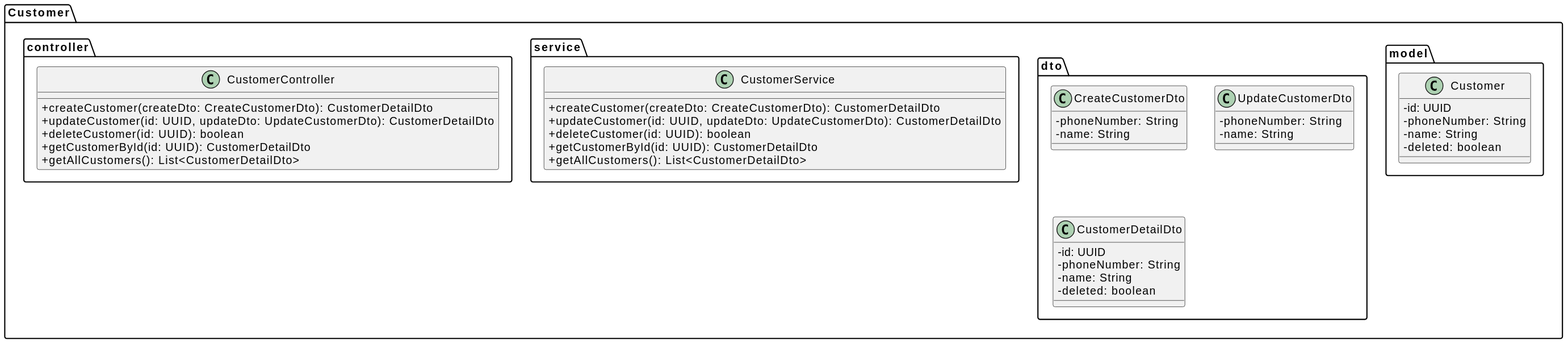
This is docs/diagram-img/class-customer.svg from tondracek/inqool-tennis, a PlantUML export, as it was before one commit.
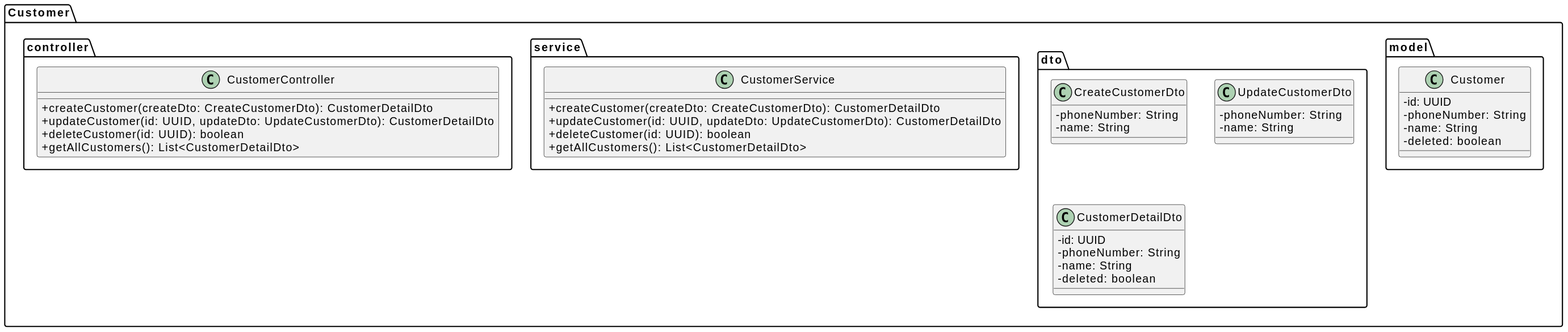
Later version of the same file.

What changed in the source:
```diff
@@ -35,7 +35,6 @@
 			+ createCustomer(createDto: CreateCustomerDto): CustomerDetailDto
 			+ updateCustomer(id: UUID, updateDto: UpdateCustomerDto): CustomerDetailDto
 			+ deleteCustomer(id: UUID): boolean
-			+ getCustomerById(id: UUID): CustomerDetailDto
 			+ getAllCustomers(): List<CustomerDetailDto>
 		}
 	}
@@ -45,7 +44,6 @@
 			+ createCustomer(createDto: CreateCustomerDto): CustomerDetailDto
 			+ updateCustomer(id: UUID, updateDto: UpdateCustomerDto): CustomerDetailDto
 			+ deleteCustomer(id: UUID): boolean
-			+ getCustomerById(id: UUID): CustomerDetailDto
 			+ getAllCustomers(): List<CustomerDetailDto>
 		}
 	}
```
